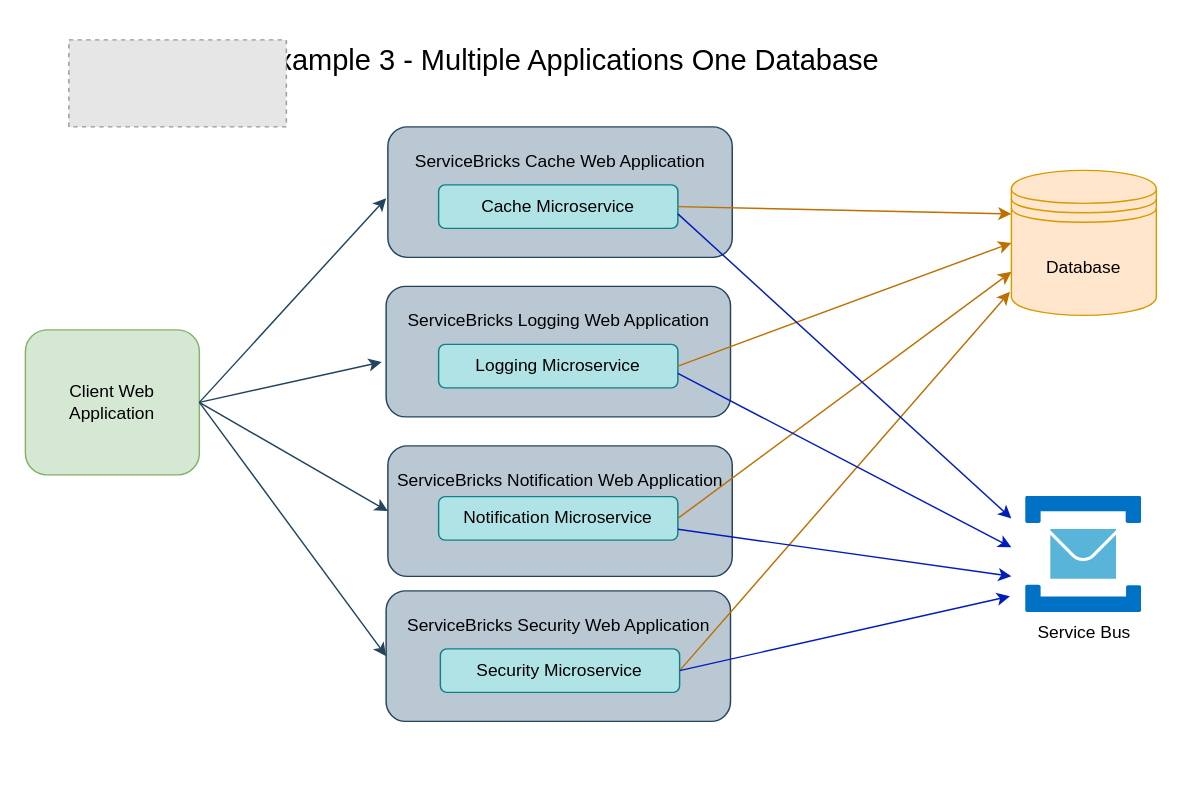
Before: page "Example 3" (3 of 4) of Examples.drawio in holomodular/ServiceBricks-Examples, a draw.io diagram. Source tidied: cells renumbered, new cells numbered last; positions are measured from the earlier drawing's top-left corner, leaving out a move shared by most shapes. Both pictures are drawn from the tidied source at 145%, with x=0, y=0 at pixel (25, 25). Pictures stored in the file or linked from it are replaced by grey dashed boxes.
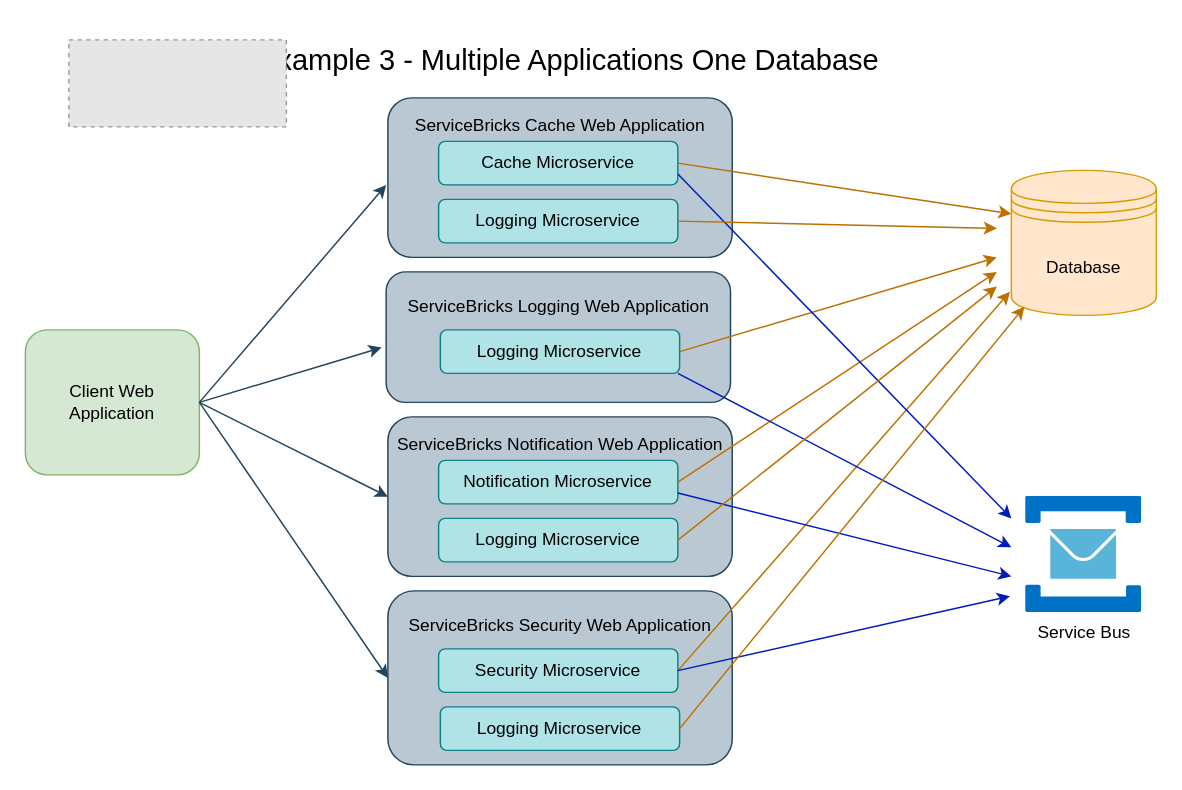
Above is the later version.

Unchanged cells that the change refers to:
```xml
<mxCell id="8" value="Database" style="shape=datastore;whiteSpace=wrap;html=1;fillColor=#ffe6cc;strokeColor=#d79b00;" parent="1" vertex="1">
  <mxGeometry x="680" y="100" width="100" height="100" as="geometry" />
</mxCell>
```

Change to the diagram source:
```diff
@@
-    <mxCell id="2" value="ServiceBricks Security Web Application&lt;div&gt;&lt;br&gt;&lt;/div&gt;&lt;div&gt;&lt;br&gt;&lt;/div&gt;&lt;div&gt;&lt;br&gt;&lt;/div&gt;" style="rounded=1;whiteSpace=wrap;html=1;fillColor=#bac8d3;strokeColor=#23445d;" parent="1" vertex="1">
-      <mxGeometry x="248.8" y="390" width="237.5" height="90" as="geometry" />
+    <mxCell id="2" value="ServiceBricks Security Web Application&lt;div&gt;&lt;br&gt;&lt;/div&gt;&lt;div&gt;&lt;br&gt;&lt;/div&gt;&lt;div&gt;&lt;br&gt;&lt;/div&gt;&lt;div&gt;&lt;br&gt;&lt;/div&gt;&lt;div&gt;&lt;br&gt;&lt;/div&gt;" style="rounded=1;whiteSpace=wrap;html=1;fillColor=#bac8d3;strokeColor=#23445d;" parent="1" vertex="1">
+      <mxGeometry x="250" y="390" width="237.5" height="120" as="geometry" />
     </mxCell>
-    <mxCell id="3" value="ServiceBricks Notification Web Application&lt;div&gt;&lt;br&gt;&lt;/div&gt;&lt;div&gt;&lt;br&gt;&lt;/div&gt;&lt;div&gt;&lt;br&gt;&lt;/div&gt;" style="rounded=1;whiteSpace=wrap;html=1;fillColor=#bac8d3;strokeColor=#23445d;" parent="1" vertex="1">
-      <mxGeometry x="250" y="290" width="237.5" height="90" as="geometry" />
+    <mxCell id="3" value="ServiceBricks Notification Web Application&lt;div&gt;&lt;br&gt;&lt;/div&gt;&lt;div&gt;&lt;br&gt;&lt;/div&gt;&lt;div&gt;&lt;br&gt;&lt;/div&gt;&lt;div&gt;&lt;br&gt;&lt;/div&gt;&lt;div&gt;&lt;br&gt;&lt;/div&gt;" style="rounded=1;whiteSpace=wrap;html=1;fillColor=#bac8d3;strokeColor=#23445d;" parent="1" vertex="1">
+      <mxGeometry x="250" y="270" width="237.5" height="110" as="geometry" />
     </mxCell>
     <mxCell id="4" value="ServiceBricks Logging Web Application&lt;div&gt;&lt;br&gt;&lt;/div&gt;&lt;div&gt;&lt;br&gt;&lt;/div&gt;&lt;div&gt;&lt;br&gt;&lt;/div&gt;" style="rounded=1;whiteSpace=wrap;html=1;fillColor=#bac8d3;strokeColor=#23445d;" parent="1" vertex="1">
-      <mxGeometry x="248.8" y="180" width="237.5" height="90" as="geometry" />
+      <mxGeometry x="248.8" y="170" width="237.5" height="90" as="geometry" />
     </mxCell>
@@
-    <mxCell id="7" value="ServiceBricks Cache Web Application&lt;div&gt;&lt;br&gt;&lt;/div&gt;&lt;div&gt;&lt;br&gt;&lt;/div&gt;&lt;div&gt;&lt;br&gt;&lt;/div&gt;" style="rounded=1;whiteSpace=wrap;html=1;fillColor=#bac8d3;strokeColor=#23445d;" parent="1" vertex="1">
-      <mxGeometry x="250" y="70" width="237.5" height="90" as="geometry" />
+    <mxCell id="7" value="ServiceBricks Cache Web Application&lt;div&gt;&lt;br&gt;&lt;/div&gt;&lt;div&gt;&lt;br&gt;&lt;div&gt;&lt;br&gt;&lt;/div&gt;&lt;div&gt;&lt;br&gt;&lt;/div&gt;&lt;div&gt;&lt;br&gt;&lt;/div&gt;&lt;/div&gt;" style="rounded=1;whiteSpace=wrap;html=1;fillColor=#bac8d3;strokeColor=#23445d;" parent="1" vertex="1">
+      <mxGeometry x="250" y="50" width="237.5" height="110" as="geometry" />
     </mxCell>
@@
     <mxCell id="9" value="Cache Microservice" style="rounded=1;whiteSpace=wrap;html=1;fillColor=#b0e3e6;strokeColor=#0e8088;" parent="1" vertex="1">
-      <mxGeometry x="285" y="110" width="165" height="30" as="geometry" />
+      <mxGeometry x="285" y="80" width="165" height="30" as="geometry" />
     </mxCell>
     <mxCell id="10" value="Logging Microservice" style="rounded=1;whiteSpace=wrap;html=1;fillColor=#b0e3e6;strokeColor=#0e8088;" parent="1" vertex="1">
-      <mxGeometry x="285" y="220" width="165" height="30" as="geometry" />
+      <mxGeometry x="286.2" y="210" width="165" height="30" as="geometry" />
     </mxCell>
     <mxCell id="11" value="Notification Microservice" style="rounded=1;whiteSpace=wrap;html=1;fillColor=#b0e3e6;strokeColor=#0e8088;" parent="1" vertex="1">
-      <mxGeometry x="285" y="325" width="165" height="30" as="geometry" />
+      <mxGeometry x="285" y="300" width="165" height="30" as="geometry" />
     </mxCell>
     <mxCell id="12" value="Security Microservice" style="rounded=1;whiteSpace=wrap;html=1;fillColor=#b0e3e6;strokeColor=#0e8088;" parent="1" vertex="1">
-      <mxGeometry x="286.2" y="430" width="165" height="30" as="geometry" />
+      <mxGeometry x="285" y="430" width="165" height="30" as="geometry" />
     </mxCell>
@@
-    <mxCell id="15" style="endArrow=classic;html=1;rounded=0;exitX=1;exitY=0.5;exitDx=0;exitDy=0;entryX=0;entryY=0.5;entryDx=0;entryDy=0;fillColor=#f0a30a;strokeColor=#BD7000;" parent="1" edge="1" source="10" target="8">
-      <mxGeometry relative="1" as="geometry" />
+    <mxCell id="15" style="endArrow=classic;html=1;rounded=0;exitX=1;exitY=0.5;exitDx=0;exitDy=0;fillColor=#f0a30a;strokeColor=#BD7000;" parent="1" edge="1" source="10">
+      <mxGeometry relative="1" as="geometry">
+        <mxPoint x="670" y="160" as="targetPoint" />
+      </mxGeometry>
     </mxCell>
-    <mxCell id="16" style="endArrow=classic;html=1;rounded=0;exitX=1;exitY=0.5;exitDx=0;exitDy=0;entryX=0;entryY=0.7;entryDx=0;entryDy=0;fillColor=#f0a30a;strokeColor=#BD7000;" parent="1" edge="1" source="11" target="8">
-      <mxGeometry relative="1" as="geometry" />
+    <mxCell id="16" style="endArrow=classic;html=1;rounded=0;exitX=1;exitY=0.5;exitDx=0;exitDy=0;fillColor=#f0a30a;strokeColor=#BD7000;" parent="1" edge="1" source="11">
+      <mxGeometry relative="1" as="geometry">
+        <mxPoint x="670" y="170" as="targetPoint" />
+      </mxGeometry>
     </mxCell>
@@
-    <mxCell id="22" style="endArrow=classic;html=1;rounded=0;entryX=0;entryY=0.3;entryDx=0;entryDy=0;fillColor=#0050ef;strokeColor=#001DBC;" parent="1" edge="1">
+    <mxCell id="22" style="endArrow=classic;html=1;rounded=0;entryX=0;entryY=0.3;entryDx=0;entryDy=0;fillColor=#0050ef;strokeColor=#001DBC;exitX=1;exitY=0.75;exitDx=0;exitDy=0;" parent="1" edge="1" source="9">
       <mxGeometry relative="1" as="geometry">
-        <mxPoint x="450" y="130" as="sourcePoint" />
         <mxPoint x="680" y="340" as="targetPoint" />
       </mxGeometry>
     </mxCell>
@@
+    <mxCell id="27" value="Logging Microservice" style="rounded=1;whiteSpace=wrap;html=1;fillColor=#b0e3e6;strokeColor=#0e8088;" parent="1" vertex="1">
+      <mxGeometry x="285" y="120" width="165" height="30" as="geometry" />
+    </mxCell>
+    <mxCell id="28" style="endArrow=classic;html=1;rounded=0;exitX=1;exitY=0.5;exitDx=0;exitDy=0;fillColor=#f0a30a;strokeColor=#BD7000;" parent="1" edge="1" source="27">
+      <mxGeometry relative="1" as="geometry">
+        <mxPoint x="670" y="140" as="targetPoint" />
+      </mxGeometry>
+    </mxCell>
+    <mxCell id="29" value="Logging Microservice" style="rounded=1;whiteSpace=wrap;html=1;fillColor=#b0e3e6;strokeColor=#0e8088;" parent="1" vertex="1">
+      <mxGeometry x="286.2" y="470" width="165" height="30" as="geometry" />
+    </mxCell>
+    <mxCell id="30" style="endArrow=classic;html=1;rounded=0;exitX=1;exitY=0.5;exitDx=0;exitDy=0;entryX=-0.01;entryY=0.837;entryDx=0;entryDy=0;entryPerimeter=0;fillColor=#f0a30a;strokeColor=#BD7000;" parent="1" edge="1" source="29">
+      <mxGeometry relative="1" as="geometry">
+        <mxPoint x="689" y="194" as="targetPoint" />
+      </mxGeometry>
+    </mxCell>
+    <mxCell id="31" value="Logging Microservice" style="rounded=1;whiteSpace=wrap;html=1;fillColor=#b0e3e6;strokeColor=#0e8088;" parent="1" vertex="1">
+      <mxGeometry x="285" y="340" width="165" height="30" as="geometry" />
+    </mxCell>
+    <mxCell id="32" style="endArrow=classic;html=1;rounded=0;exitX=1;exitY=0.5;exitDx=0;exitDy=0;fillColor=#f0a30a;strokeColor=#BD7000;" parent="1" edge="1" source="31">
+      <mxGeometry relative="1" as="geometry">
+        <mxPoint x="670" y="180" as="targetPoint" />
+      </mxGeometry>
+    </mxCell>
```
